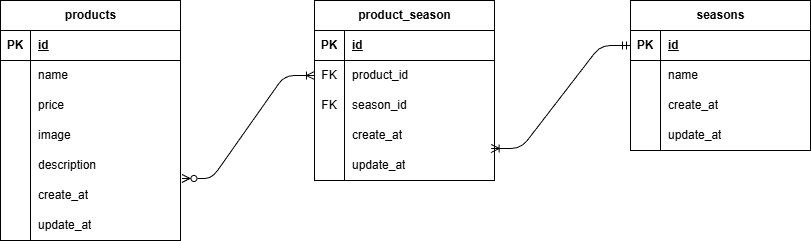
Above: src/er.drawio.png in ruigorou/confirm-test-mogitate (draw.io), before the change. Source tidied: cells renumbered, new cells last; positions are measured from the earlier drawing's top-left corner, leaving out a move shared by most shapes.
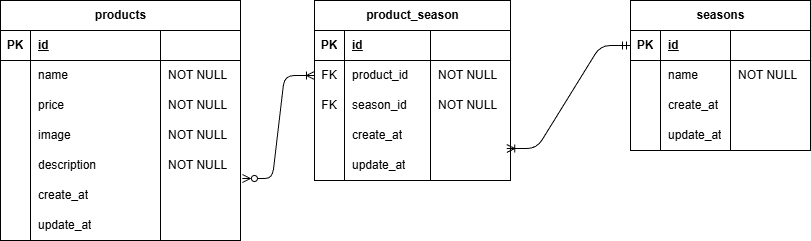
After the change.

The edit, as a diff of the source:
```diff
@@ -3,71 +3,92 @@
     <mxCell id="0" />
     <mxCell id="1" parent="0" />
     <mxCell id="2" value="products" style="shape=table;startSize=30;rowLines=0;fontStyle=1;align=center;html=1;" parent="1" vertex="1">
-      <mxGeometry width="180" height="240" as="geometry" />
+      <mxGeometry width="240" height="240" as="geometry" />
     </mxCell>
     <mxCell id="3" style="shape=tableRow;horizontal=0;startSize=0;swimlaneHead=0;swimlaneBody=0;fillColor=none;top=0;left=0;right=0;bottom=1;" parent="2" vertex="1">
-      <mxGeometry y="30" width="180" height="30" as="geometry" />
+      <mxGeometry y="30" width="240" height="30" as="geometry" />
     </mxCell>
     <mxCell id="4" value="PK" style="shape=partialRectangle;fillColor=none;top=0;left=0;bottom=0;right=0;fontStyle=1;overflow=hidden;whiteSpace=wrap;html=1;" parent="3" vertex="1">
       <mxGeometry width="30" height="30" as="geometry" />
     </mxCell>
     <mxCell id="5" value="id" style="shape=partialRectangle;fillColor=none;top=0;left=0;bottom=0;right=0;align=left;spacingLeft=6;fontStyle=5;overflow=hidden;whiteSpace=wrap;html=1;" parent="3" vertex="1">
-      <mxGeometry x="30" width="150" height="30" as="geometry" />
+      <mxGeometry x="30" width="130" height="30" as="geometry" />
     </mxCell>
+    <mxCell id="55" style="shape=partialRectangle;fillColor=none;top=0;left=0;bottom=0;right=0;align=left;spacingLeft=6;fontStyle=5;overflow=hidden;whiteSpace=wrap;html=1;" parent="3" vertex="1">
+      <mxGeometry x="160" width="80" height="30" as="geometry" />
+    </mxCell>
     <mxCell id="6" style="shape=tableRow;horizontal=0;startSize=0;swimlaneHead=0;swimlaneBody=0;fillColor=none;top=0;left=0;right=0;bottom=0;" parent="2" vertex="1">
-      <mxGeometry y="60" width="180" height="30" as="geometry" />
+      <mxGeometry y="60" width="240" height="30" as="geometry" />
     </mxCell>
     <mxCell id="7" style="shape=partialRectangle;fillColor=none;top=0;left=0;bottom=0;right=0;overflow=hidden;whiteSpace=wrap;html=1;" parent="6" vertex="1">
       <mxGeometry width="30" height="30" as="geometry" />
     </mxCell>
     <mxCell id="8" value="name" style="shape=partialRectangle;fillColor=none;top=0;left=0;bottom=0;right=0;align=left;spacingLeft=6;overflow=hidden;whiteSpace=wrap;html=1;" parent="6" vertex="1">
-      <mxGeometry x="30" width="150" height="30" as="geometry" />
+      <mxGeometry x="30" width="130" height="30" as="geometry" />
     </mxCell>
+    <mxCell id="56" value="NOT NULL" style="shape=partialRectangle;fillColor=none;top=0;left=0;bottom=0;right=0;align=left;spacingLeft=6;overflow=hidden;whiteSpace=wrap;html=1;" parent="6" vertex="1">
+      <mxGeometry x="160" width="80" height="30" as="geometry" />
+    </mxCell>
     <mxCell id="9" style="shape=tableRow;horizontal=0;startSize=0;swimlaneHead=0;swimlaneBody=0;fillColor=none;top=0;left=0;right=0;bottom=0;" parent="2" vertex="1">
-      <mxGeometry y="90" width="180" height="30" as="geometry" />
+      <mxGeometry y="90" width="240" height="30" as="geometry" />
     </mxCell>
     <mxCell id="10" style="shape=partialRectangle;fillColor=none;top=0;left=0;bottom=0;right=0;overflow=hidden;whiteSpace=wrap;html=1;" parent="9" vertex="1">
       <mxGeometry width="30" height="30" as="geometry" />
     </mxCell>
     <mxCell id="11" value="price" style="shape=partialRectangle;fillColor=none;top=0;left=0;bottom=0;right=0;align=left;spacingLeft=6;overflow=hidden;whiteSpace=wrap;html=1;" parent="9" vertex="1">
-      <mxGeometry x="30" width="150" height="30" as="geometry" />
+      <mxGeometry x="30" width="130" height="30" as="geometry" />
     </mxCell>
+    <mxCell id="57" value="NOT NULL" style="shape=partialRectangle;fillColor=none;top=0;left=0;bottom=0;right=0;align=left;spacingLeft=6;overflow=hidden;whiteSpace=wrap;html=1;" parent="9" vertex="1">
+      <mxGeometry x="160" width="80" height="30" as="geometry" />
+    </mxCell>
     <mxCell id="12" style="shape=tableRow;horizontal=0;startSize=0;swimlaneHead=0;swimlaneBody=0;fillColor=none;top=0;left=0;right=0;bottom=0;" parent="2" vertex="1">
-      <mxGeometry y="120" width="180" height="30" as="geometry" />
+      <mxGeometry y="120" width="240" height="30" as="geometry" />
     </mxCell>
     <mxCell id="13" style="shape=partialRectangle;fillColor=none;top=0;left=0;bottom=0;right=0;overflow=hidden;whiteSpace=wrap;html=1;" parent="12" vertex="1">
       <mxGeometry width="30" height="30" as="geometry" />
     </mxCell>
     <mxCell id="14" value="image" style="shape=partialRectangle;fillColor=none;top=0;left=0;bottom=0;right=0;align=left;spacingLeft=6;overflow=hidden;whiteSpace=wrap;html=1;" parent="12" vertex="1">
-      <mxGeometry x="30" width="150" height="30" as="geometry" />
+      <mxGeometry x="30" width="130" height="30" as="geometry" />
     </mxCell>
+    <mxCell id="58" value="NOT NULL" style="shape=partialRectangle;fillColor=none;top=0;left=0;bottom=0;right=0;align=left;spacingLeft=6;overflow=hidden;whiteSpace=wrap;html=1;" parent="12" vertex="1">
+      <mxGeometry x="160" width="80" height="30" as="geometry" />
+    </mxCell>
     <mxCell id="15" style="shape=tableRow;horizontal=0;startSize=0;swimlaneHead=0;swimlaneBody=0;fillColor=none;top=0;left=0;right=0;bottom=0;" parent="2" vertex="1">
-      <mxGeometry y="150" width="180" height="30" as="geometry" />
+      <mxGeometry y="150" width="240" height="30" as="geometry" />
     </mxCell>
     <mxCell id="16" style="shape=partialRectangle;fillColor=none;top=0;left=0;bottom=0;right=0;overflow=hidden;whiteSpace=wrap;html=1;" parent="15" vertex="1">
       <mxGeometry width="30" height="30" as="geometry" />
     </mxCell>
     <mxCell id="17" value="description" style="shape=partialRectangle;fillColor=none;top=0;left=0;bottom=0;right=0;align=left;spacingLeft=6;overflow=hidden;whiteSpace=wrap;html=1;" parent="15" vertex="1">
-      <mxGeometry x="30" width="150" height="30" as="geometry" />
+      <mxGeometry x="30" width="130" height="30" as="geometry" />
     </mxCell>
+    <mxCell id="59" value="NOT NULL" style="shape=partialRectangle;fillColor=none;top=0;left=0;bottom=0;right=0;align=left;spacingLeft=6;overflow=hidden;whiteSpace=wrap;html=1;" parent="15" vertex="1">
+      <mxGeometry x="160" width="80" height="30" as="geometry" />
+    </mxCell>
     <mxCell id="18" style="shape=tableRow;horizontal=0;startSize=0;swimlaneHead=0;swimlaneBody=0;fillColor=none;points=[[0,0.5],[1,0.5]];portConstraint=eastwest;top=0;left=0;right=0;bottom=0;" parent="2" vertex="1">
-      <mxGeometry y="180" width="180" height="30" as="geometry" />
+      <mxGeometry y="180" width="240" height="30" as="geometry" />
     </mxCell>
     <mxCell id="19" style="shape=partialRectangle;fillColor=none;top=0;left=0;bottom=0;right=0;overflow=hidden;whiteSpace=wrap;html=1;" parent="18" vertex="1">
       <mxGeometry width="30" height="30" as="geometry" />
     </mxCell>
     <mxCell id="20" value="create_at" style="shape=partialRectangle;fillColor=none;top=0;left=0;bottom=0;right=0;align=left;spacingLeft=6;overflow=hidden;whiteSpace=wrap;html=1;" parent="18" vertex="1">
-      <mxGeometry x="30" width="150" height="30" as="geometry" />
+      <mxGeometry x="30" width="130" height="30" as="geometry" />
     </mxCell>
+    <mxCell id="60" style="shape=partialRectangle;fillColor=none;top=0;left=0;bottom=0;right=0;align=left;spacingLeft=6;overflow=hidden;whiteSpace=wrap;html=1;" parent="18" vertex="1">
+      <mxGeometry x="160" width="80" height="30" as="geometry" />
+    </mxCell>
     <mxCell id="21" style="shape=tableRow;horizontal=0;startSize=0;swimlaneHead=0;swimlaneBody=0;fillColor=none;top=0;left=0;right=0;bottom=0;" parent="2" vertex="1">
-      <mxGeometry y="210" width="180" height="30" as="geometry" />
+      <mxGeometry y="210" width="240" height="30" as="geometry" />
     </mxCell>
     <mxCell id="22" style="shape=partialRectangle;fillColor=none;top=0;left=0;bottom=0;right=0;overflow=hidden;whiteSpace=wrap;html=1;" parent="21" vertex="1">
       <mxGeometry width="30" height="30" as="geometry" />
     </mxCell>
     <mxCell id="23" value="update_at" style="shape=partialRectangle;fillColor=none;top=0;left=0;bottom=0;right=0;align=left;spacingLeft=6;overflow=hidden;whiteSpace=wrap;html=1;" parent="21" vertex="1">
-      <mxGeometry x="30" width="150" height="30" as="geometry" />
+      <mxGeometry x="30" width="130" height="30" as="geometry" />
     </mxCell>
+    <mxCell id="61" style="shape=partialRectangle;fillColor=none;top=0;left=0;bottom=0;right=0;align=left;spacingLeft=6;overflow=hidden;whiteSpace=wrap;html=1;" parent="21" vertex="1">
+      <mxGeometry x="160" width="80" height="30" as="geometry" />
+    </mxCell>
     <mxCell id="24" value="seasons" style="shape=table;startSize=30;rowLines=0;fontStyle=1;align=center;html=1;" parent="1" vertex="1">
       <mxGeometry x="630" width="180" height="150" as="geometry" />
     </mxCell>
@@ -78,8 +99,11 @@
       <mxGeometry width="30" height="30" as="geometry" />
     </mxCell>
     <mxCell id="27" value="id" style="shape=partialRectangle;fillColor=none;top=0;left=0;bottom=0;right=0;align=left;spacingLeft=6;fontStyle=5;overflow=hidden;whiteSpace=wrap;html=1;" parent="25" vertex="1">
-      <mxGeometry x="30" width="150" height="30" as="geometry" />
+      <mxGeometry x="30" width="70" height="30" as="geometry" />
     </mxCell>
+    <mxCell id="62" style="shape=partialRectangle;fillColor=none;top=0;left=0;bottom=0;right=0;align=left;spacingLeft=6;fontStyle=5;overflow=hidden;whiteSpace=wrap;html=1;" parent="25" vertex="1">
+      <mxGeometry x="100" width="80" height="30" as="geometry" />
+    </mxCell>
     <mxCell id="28" style="shape=tableRow;horizontal=0;startSize=0;swimlaneHead=0;swimlaneBody=0;fillColor=none;top=0;left=0;right=0;bottom=0;" parent="24" vertex="1">
       <mxGeometry y="60" width="180" height="30" as="geometry" />
     </mxCell>
@@ -87,8 +111,11 @@
       <mxGeometry width="30" height="30" as="geometry" />
     </mxCell>
     <mxCell id="30" value="name" style="shape=partialRectangle;fillColor=none;top=0;left=0;bottom=0;right=0;align=left;spacingLeft=6;overflow=hidden;whiteSpace=wrap;html=1;" parent="28" vertex="1">
-      <mxGeometry x="30" width="150" height="30" as="geometry" />
+      <mxGeometry x="30" width="70" height="30" as="geometry" />
     </mxCell>
+    <mxCell id="63" value="NOT NULL" style="shape=partialRectangle;fillColor=none;top=0;left=0;bottom=0;right=0;align=left;spacingLeft=6;overflow=hidden;whiteSpace=wrap;html=1;" parent="28" vertex="1">
+      <mxGeometry x="100" width="80" height="30" as="geometry" />
+    </mxCell>
     <mxCell id="31" style="shape=tableRow;horizontal=0;startSize=0;swimlaneHead=0;swimlaneBody=0;fillColor=none;top=0;left=0;right=0;bottom=0;" parent="24" vertex="1">
       <mxGeometry y="90" width="180" height="30" as="geometry" />
     </mxCell>
@@ -96,8 +123,11 @@
       <mxGeometry width="30" height="30" as="geometry" />
     </mxCell>
     <mxCell id="33" value="create_at" style="shape=partialRectangle;fillColor=none;top=0;left=0;bottom=0;right=0;align=left;spacingLeft=6;overflow=hidden;whiteSpace=wrap;html=1;" parent="31" vertex="1">
-      <mxGeometry x="30" width="150" height="30" as="geometry" />
+      <mxGeometry x="30" width="70" height="30" as="geometry" />
     </mxCell>
+    <mxCell id="64" style="shape=partialRectangle;fillColor=none;top=0;left=0;bottom=0;right=0;align=left;spacingLeft=6;overflow=hidden;whiteSpace=wrap;html=1;" parent="31" vertex="1">
+      <mxGeometry x="100" width="80" height="30" as="geometry" />
+    </mxCell>
     <mxCell id="34" style="shape=tableRow;horizontal=0;startSize=0;swimlaneHead=0;swimlaneBody=0;fillColor=none;top=0;left=0;right=0;bottom=0;" parent="24" vertex="1">
       <mxGeometry y="120" width="180" height="30" as="geometry" />
     </mxCell>
@@ -105,56 +135,74 @@
       <mxGeometry width="30" height="30" as="geometry" />
     </mxCell>
     <mxCell id="36" value="update_at" style="shape=partialRectangle;fillColor=none;top=0;left=0;bottom=0;right=0;align=left;spacingLeft=6;overflow=hidden;whiteSpace=wrap;html=1;" parent="34" vertex="1">
-      <mxGeometry x="30" width="150" height="30" as="geometry" />
+      <mxGeometry x="30" width="70" height="30" as="geometry" />
     </mxCell>
+    <mxCell id="65" style="shape=partialRectangle;fillColor=none;top=0;left=0;bottom=0;right=0;align=left;spacingLeft=6;overflow=hidden;whiteSpace=wrap;html=1;" parent="34" vertex="1">
+      <mxGeometry x="100" width="80" height="30" as="geometry" />
+    </mxCell>
     <mxCell id="37" value="product_season" style="shape=table;startSize=30;rowLines=0;fontStyle=1;align=center;html=1;" parent="1" vertex="1">
-      <mxGeometry x="314" width="180" height="180" as="geometry" />
+      <mxGeometry x="314" width="196" height="180" as="geometry" />
     </mxCell>
     <mxCell id="38" style="shape=tableRow;horizontal=0;startSize=0;swimlaneHead=0;swimlaneBody=0;fillColor=none;top=0;left=0;right=0;bottom=1;" parent="37" vertex="1">
-      <mxGeometry y="30" width="180" height="30" as="geometry" />
+      <mxGeometry y="30" width="196" height="30" as="geometry" />
     </mxCell>
     <mxCell id="39" value="PK" style="shape=partialRectangle;fillColor=none;top=0;left=0;bottom=0;right=0;fontStyle=1;overflow=hidden;whiteSpace=wrap;html=1;" parent="38" vertex="1">
       <mxGeometry width="30" height="30" as="geometry" />
     </mxCell>
     <mxCell id="40" value="id" style="shape=partialRectangle;fillColor=none;top=0;left=0;bottom=0;right=0;align=left;spacingLeft=6;fontStyle=5;overflow=hidden;whiteSpace=wrap;html=1;" parent="38" vertex="1">
-      <mxGeometry x="30" width="150" height="30" as="geometry" />
+      <mxGeometry x="30" width="86" height="30" as="geometry" />
     </mxCell>
+    <mxCell id="66" style="shape=partialRectangle;fillColor=none;top=0;left=0;bottom=0;right=0;align=left;spacingLeft=6;fontStyle=5;overflow=hidden;whiteSpace=wrap;html=1;" parent="38" vertex="1">
+      <mxGeometry x="116" width="80" height="30" as="geometry" />
+    </mxCell>
     <mxCell id="41" style="shape=tableRow;horizontal=0;startSize=0;swimlaneHead=0;swimlaneBody=0;fillColor=none;points=[[0,0.5],[1,0.5]];portConstraint=eastwest;top=0;left=0;right=0;bottom=0;" parent="37" vertex="1">
-      <mxGeometry y="60" width="180" height="30" as="geometry" />
+      <mxGeometry y="60" width="196" height="30" as="geometry" />
     </mxCell>
     <mxCell id="42" value="FK" style="shape=partialRectangle;fillColor=none;top=0;left=0;bottom=0;right=0;overflow=hidden;whiteSpace=wrap;html=1;" parent="41" vertex="1">
       <mxGeometry width="30" height="30" as="geometry" />
     </mxCell>
     <mxCell id="43" value="product_id" style="shape=partialRectangle;fillColor=none;top=0;left=0;bottom=0;right=0;align=left;spacingLeft=6;overflow=hidden;whiteSpace=wrap;html=1;" parent="41" vertex="1">
-      <mxGeometry x="30" width="150" height="30" as="geometry" />
+      <mxGeometry x="30" width="86" height="30" as="geometry" />
     </mxCell>
+    <mxCell id="67" value="NOT NULL" style="shape=partialRectangle;fillColor=none;top=0;left=0;bottom=0;right=0;align=left;spacingLeft=6;overflow=hidden;whiteSpace=wrap;html=1;" parent="41" vertex="1">
+      <mxGeometry x="116" width="80" height="30" as="geometry" />
+    </mxCell>
     <mxCell id="44" style="shape=tableRow;horizontal=0;startSize=0;swimlaneHead=0;swimlaneBody=0;fillColor=none;top=0;left=0;right=0;bottom=0;" parent="37" vertex="1">
-      <mxGeometry y="90" width="180" height="30" as="geometry" />
+      <mxGeometry y="90" width="196" height="30" as="geometry" />
     </mxCell>
     <mxCell id="45" value="FK" style="shape=partialRectangle;fillColor=none;top=0;left=0;bottom=0;right=0;overflow=hidden;whiteSpace=wrap;html=1;" parent="44" vertex="1">
       <mxGeometry width="30" height="30" as="geometry" />
     </mxCell>
     <mxCell id="46" value="season_id" style="shape=partialRectangle;fillColor=none;top=0;left=0;bottom=0;right=0;align=left;spacingLeft=6;overflow=hidden;whiteSpace=wrap;html=1;" parent="44" vertex="1">
-      <mxGeometry x="30" width="150" height="30" as="geometry" />
+      <mxGeometry x="30" width="86" height="30" as="geometry" />
     </mxCell>
+    <mxCell id="68" value="NOT NULL" style="shape=partialRectangle;fillColor=none;top=0;left=0;bottom=0;right=0;align=left;spacingLeft=6;overflow=hidden;whiteSpace=wrap;html=1;" parent="44" vertex="1">
+      <mxGeometry x="116" width="80" height="30" as="geometry" />
+    </mxCell>
     <mxCell id="47" style="shape=tableRow;horizontal=0;startSize=0;swimlaneHead=0;swimlaneBody=0;fillColor=none;top=0;left=0;right=0;bottom=0;" parent="37" vertex="1">
-      <mxGeometry y="120" width="180" height="30" as="geometry" />
+      <mxGeometry y="120" width="196" height="30" as="geometry" />
     </mxCell>
     <mxCell id="48" style="shape=partialRectangle;fillColor=none;top=0;left=0;bottom=0;right=0;overflow=hidden;whiteSpace=wrap;html=1;" parent="47" vertex="1">
       <mxGeometry width="30" height="30" as="geometry" />
     </mxCell>
     <mxCell id="49" value="create_at" style="shape=partialRectangle;fillColor=none;top=0;left=0;bottom=0;right=0;align=left;spacingLeft=6;overflow=hidden;whiteSpace=wrap;html=1;" parent="47" vertex="1">
-      <mxGeometry x="30" width="150" height="30" as="geometry" />
+      <mxGeometry x="30" width="86" height="30" as="geometry" />
     </mxCell>
+    <mxCell id="69" style="shape=partialRectangle;fillColor=none;top=0;left=0;bottom=0;right=0;align=left;spacingLeft=6;overflow=hidden;whiteSpace=wrap;html=1;" parent="47" vertex="1">
+      <mxGeometry x="116" width="80" height="30" as="geometry" />
+    </mxCell>
     <mxCell id="50" style="shape=tableRow;horizontal=0;startSize=0;swimlaneHead=0;swimlaneBody=0;fillColor=none;points=[[0,0.5],[1,0.5]];portConstraint=eastwest;top=0;left=0;right=0;bottom=0;" parent="37" vertex="1">
-      <mxGeometry y="150" width="180" height="30" as="geometry" />
+      <mxGeometry y="150" width="196" height="30" as="geometry" />
     </mxCell>
     <mxCell id="51" style="shape=partialRectangle;fillColor=none;top=0;left=0;bottom=0;right=0;overflow=hidden;whiteSpace=wrap;html=1;" parent="50" vertex="1">
       <mxGeometry width="30" height="30" as="geometry" />
     </mxCell>
     <mxCell id="52" value="update_at" style="shape=partialRectangle;fillColor=none;top=0;left=0;bottom=0;right=0;align=left;spacingLeft=6;overflow=hidden;whiteSpace=wrap;html=1;" parent="50" vertex="1">
-      <mxGeometry x="30" width="150" height="30" as="geometry" />
+      <mxGeometry x="30" width="86" height="30" as="geometry" />
     </mxCell>
+    <mxCell id="70" style="shape=partialRectangle;fillColor=none;top=0;left=0;bottom=0;right=0;align=left;spacingLeft=6;overflow=hidden;whiteSpace=wrap;html=1;" parent="50" vertex="1">
+      <mxGeometry x="116" width="80" height="30" as="geometry" />
+    </mxCell>
     <mxCell id="53" style="edgeStyle=entityRelationEdgeStyle;fontSize=12;html=1;endArrow=ERmandOne;startArrow=ERoneToMany;endFill=0;startFill=0;entryX=0;entryY=0.5;entryDx=0;entryDy=0;exitX=0.981;exitY=-0.067;exitDx=0;exitDy=0;exitPerimeter=0;" parent="1" edge="1" source="50" target="25">
       <mxGeometry relative="1" as="geometry">
         <Array as="points">
```
